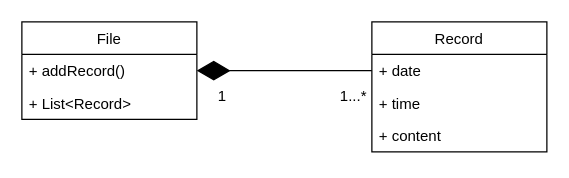
Before: practice/record/record.drawio in anitalu724/110-1_Software_Engineering_Design, a draw.io diagram. Source tidied: cells renumbered, new cells numbered last; positions are measured from the earlier drawing's top-left corner, leaving out a move shared by most shapes. Both pictures are drawn from the tidied source at 125%, with x=0, y=0 at pixel (21, 21).
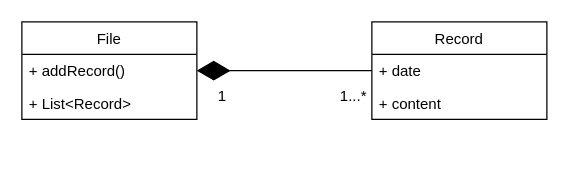
Above is the later version.

The edit, as a diff of the source:
```diff
@@
 <mxGraphModel>
   <root>
     <mxCell id="0" />
     <mxCell id="1" parent="0" />
     <mxCell id="2" value="File" style="swimlane;fontStyle=0;horizontal=1;startSize=26;fillColor=none;" parent="1" vertex="1">
       <mxGeometry width="140" height="78" as="geometry" />
     </mxCell>
     <mxCell id="3" value="+ addRecord()" style="text;strokeColor=none;fillColor=none;align=left;verticalAlign=top;spacingLeft=4;spacingRight=4;overflow=hidden;points=[[0,0.5],[1,0.5]];portConstraint=eastwest;" parent="2" vertex="1">
       <mxGeometry y="26" width="140" height="26" as="geometry" />
     </mxCell>
     <mxCell id="4" value="+ List&lt;Record&gt;" style="text;strokeColor=none;fillColor=none;align=left;verticalAlign=top;spacingLeft=4;spacingRight=4;overflow=hidden;" parent="2" vertex="1">
       <mxGeometry y="52" width="140" height="26" as="geometry" />
     </mxCell>
     <mxCell id="5" value="Record" style="swimlane;fontStyle=0;horizontal=1;startSize=26;fillColor=none;" parent="1" vertex="1">
-      <mxGeometry x="280" width="140" height="104" as="geometry" />
+      <mxGeometry x="280" width="140" height="78" as="geometry" />
     </mxCell>
     <mxCell id="6" value="+ date" style="text;strokeColor=none;fillColor=none;align=left;verticalAlign=top;spacingLeft=4;spacingRight=4;overflow=hidden;points=[[0,0.5],[1,0.5]];portConstraint=eastwest;" parent="5" vertex="1">
       <mxGeometry y="26" width="140" height="26" as="geometry" />
     </mxCell>
-    <mxCell id="7" value="+ time" style="text;strokeColor=none;fillColor=none;align=left;verticalAlign=top;spacingLeft=4;spacingRight=4;overflow=hidden;" parent="5" vertex="1">
-      <mxGeometry y="52" width="140" height="26" as="geometry" />
-    </mxCell>
     <mxCell id="8" value="+ content" style="text;strokeColor=none;fillColor=none;align=left;verticalAlign=top;spacingLeft=4;spacingRight=4;overflow=hidden;" parent="5" vertex="1">
-      <mxGeometry y="78" width="140" height="26" as="geometry" />
+      <mxGeometry y="52" width="140" height="26" as="geometry" />
     </mxCell>
     <mxCell id="9" style="endArrow=diamondThin;endFill=1;endSize=24;html=1;entryX=1;entryY=0.5;entryDx=0;entryDy=0;exitX=0;exitY=0.5;exitDx=0;exitDy=0;" parent="1" edge="1" source="6" target="3">
       <mxGeometry relative="1" as="geometry" />
     </mxCell>
     <mxCell id="10" value="1" style="text;html=1;align=center;verticalAlign=middle;strokeColor=none;" parent="1" vertex="1">
       <mxGeometry x="150" y="50" width="20" height="20" as="geometry" />
     </mxCell>
     <mxCell id="11" value="1...*" style="text;html=1;align=center;verticalAlign=middle;strokeColor=none;" parent="1" vertex="1">
       <mxGeometry x="245" y="50" width="40" height="20" as="geometry" />
     </mxCell>
   </root>
 </mxGraphModel>
```
